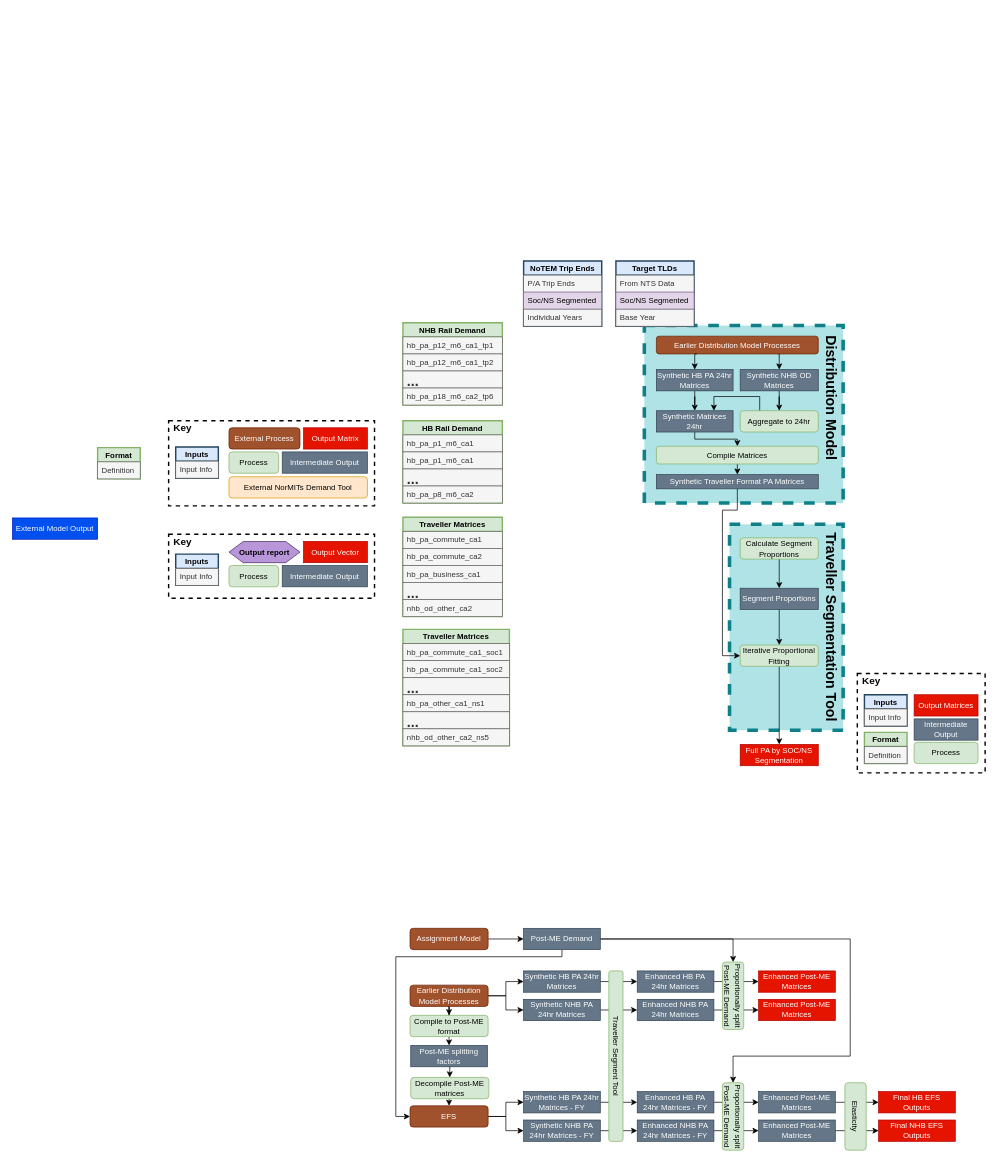
The draw.io diagram page "EFS links" (3 of 6) of docs/op_models/Traveller Segment Tool/Overview.drawio in Transport-for-the-North/NorMITs-Demand, before the edit. Source tidied: cells renumbered, new cells numbered last; positions are measured from the earlier drawing's top-left corner, leaving out a move shared by most shapes. Both pictures are drawn from the tidied source at 71%, with x=0, y=0 at pixel (12, 19).
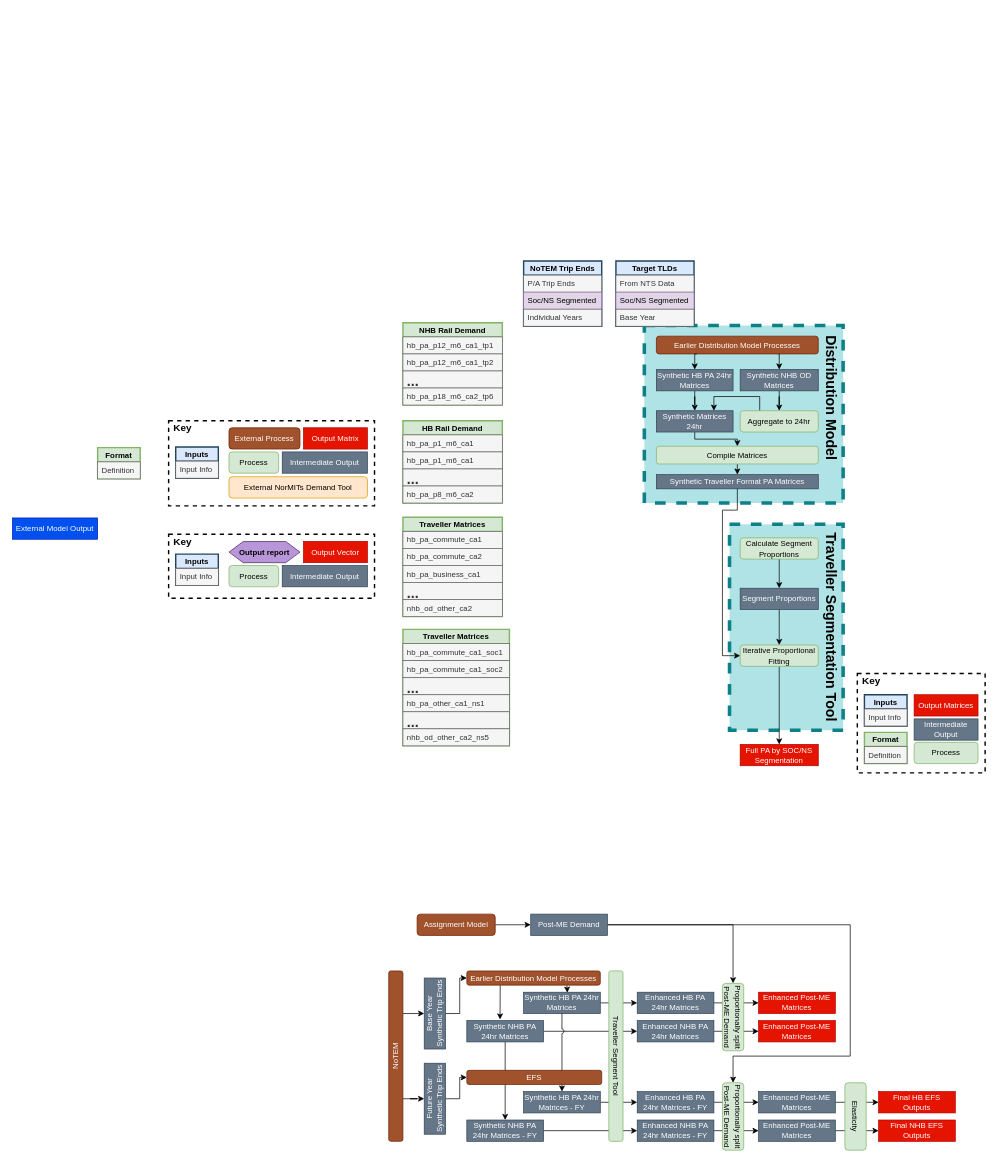
The same diagram, later.

Unchanged cells that the change refers to:
```xml
<mxCell id="121" value="Synthetic HB PA 24hr Matrices - FY" style="rounded=0;whiteSpace=wrap;html=1;strokeWidth=1;fillColor=#647687;strokeColor=#314354;fontSize=11;fontColor=#ffffff;" parent="1" vertex="1">
  <mxGeometry x="720" y="1510" width="108" height="30" as="geometry" />
</mxCell>
<mxCell id="130" value="&lt;span style=&quot;font-size: 11px&quot;&gt;Proportionally split Post-ME Demand&lt;/span&gt;" style="rounded=1;whiteSpace=wrap;html=1;fillColor=#d5e8d4;strokeColor=#82b366;rotation=90;" parent="1" vertex="1">
  <mxGeometry x="967.5" y="1530" width="95" height="30" as="geometry" />
</mxCell>
```

The edit, as a diff of the source:
```diff
@@
+    <mxCell id="93" style="edgeStyle=orthogonalEdgeStyle;rounded=0;jumpStyle=arc;jettySize=auto;html=1;exitX=0.25;exitY=1;exitDx=0;exitDy=0;entryX=0.433;entryY=-0.052;entryDx=0;entryDy=0;entryPerimeter=0;" parent="1" edge="1" source="95" target="99">
+      <mxGeometry relative="1" as="geometry" />
+    </mxCell>
-    <mxCell id="92" style="edgeStyle=orthogonalEdgeStyle;rounded=0;jettySize=auto;html=1;" parent="1" edge="1" source="95" target="97">
+    <mxCell id="92" style="edgeStyle=orthogonalEdgeStyle;rounded=0;jumpStyle=arc;jettySize=auto;html=1;exitX=0.75;exitY=1;exitDx=0;exitDy=0;entryX=0.57;entryY=0.024;entryDx=0;entryDy=0;entryPerimeter=0;" parent="1" edge="1" source="95" target="97">
       <mxGeometry relative="1" as="geometry" />
     </mxCell>
-    <mxCell id="93" style="edgeStyle=orthogonalEdgeStyle;rounded=0;jettySize=auto;html=1;exitX=1;exitY=0.5;exitDx=0;exitDy=0;" parent="1" edge="1" source="95" target="99">
-      <mxGeometry relative="1" as="geometry" />
-    </mxCell>
-    <mxCell id="94" style="edgeStyle=orthogonalEdgeStyle;rounded=0;jettySize=auto;html=1;exitX=0.5;exitY=1;exitDx=0;exitDy=0;" parent="1" edge="1" source="95" target="114">
-      <mxGeometry relative="1" as="geometry" />
-    </mxCell>
     <mxCell id="95" value="&lt;span style=&quot;font-size: 11px&quot;&gt;Earlier Distribution Model Processes&lt;/span&gt;" style="rounded=1;whiteSpace=wrap;html=1;fillColor=#a0522d;strokeColor=#6D1F00;fontColor=#ffffff;rotation=0;" parent="1" vertex="1">
-      <mxGeometry x="560" y="1360" width="110" height="30" as="geometry" />
+      <mxGeometry x="640" y="1340" width="188" height="20" as="geometry" />
     </mxCell>
@@
     <mxCell id="97" value="Synthetic HB PA 24hr Matrices" style="rounded=0;whiteSpace=wrap;html=1;strokeWidth=1;fillColor=#647687;strokeColor=#314354;fontSize=11;fontColor=#ffffff;" parent="1" vertex="1">
-      <mxGeometry x="720" y="1340" width="108" height="30" as="geometry" />
+      <mxGeometry x="720" y="1370" width="108" height="30" as="geometry" />
     </mxCell>
@@
+    <mxCell id="139" style="edgeStyle=orthogonalEdgeStyle;rounded=0;jettySize=auto;html=1;exitX=0.5;exitY=1;exitDx=0;exitDy=0;entryX=0.5;entryY=0;entryDx=0;entryDy=0;" parent="1" edge="1" source="99" target="123">
+      <mxGeometry relative="1" as="geometry" />
+    </mxCell>
     <mxCell id="99" value="Synthetic NHB PA 24hr Matrices" style="rounded=0;whiteSpace=wrap;html=1;strokeWidth=1;fillColor=#647687;strokeColor=#314354;fontSize=11;fontColor=#ffffff;" parent="1" vertex="1">
-      <mxGeometry x="720" y="1380" width="108" height="30" as="geometry" />
+      <mxGeometry x="640" y="1410" width="108" height="30" as="geometry" />
     </mxCell>
@@
     <mxCell id="101" value="Enhanced HB PA 24hr Matrices" style="rounded=0;whiteSpace=wrap;html=1;strokeWidth=1;fillColor=#647687;strokeColor=#314354;fontSize=11;fontColor=#ffffff;" parent="1" vertex="1">
-      <mxGeometry x="880" y="1340" width="108" height="30" as="geometry" />
+      <mxGeometry x="880" y="1370" width="108" height="30" as="geometry" />
     </mxCell>
@@
     <mxCell id="103" value="Enhanced NHB PA 24hr Matrices" style="rounded=0;whiteSpace=wrap;html=1;strokeWidth=1;fillColor=#647687;strokeColor=#314354;fontSize=11;fontColor=#ffffff;" parent="1" vertex="1">
-      <mxGeometry x="880" y="1380" width="108" height="30" as="geometry" />
+      <mxGeometry x="880" y="1410" width="108" height="30" as="geometry" />
     </mxCell>
@@
     <mxCell id="105" value="&lt;span style=&quot;font-size: 11px&quot;&gt;Assignment Model&lt;/span&gt;" style="rounded=1;whiteSpace=wrap;html=1;fillColor=#a0522d;strokeColor=#6D1F00;fontColor=#ffffff;rotation=0;" parent="1" vertex="1">
-      <mxGeometry x="560" y="1280" width="110" height="30" as="geometry" />
+      <mxGeometry x="570" y="1260" width="110" height="30" as="geometry" />
     </mxCell>
@@
-    <mxCell id="107" style="edgeStyle=orthogonalEdgeStyle;rounded=0;jettySize=auto;html=1;exitX=0.5;exitY=1;exitDx=0;exitDy=0;" parent="1" edge="1" source="109" target="119">
-      <mxGeometry relative="1" as="geometry">
-        <Array as="points">
-          <mxPoint x="774" y="1320" />
-          <mxPoint x="540" y="1320" />
-          <mxPoint x="540" y="1545" />
-        </Array>
-      </mxGeometry>
-    </mxCell>
     <mxCell id="108" style="edgeStyle=orthogonalEdgeStyle;rounded=0;jettySize=auto;html=1;exitX=1;exitY=0.5;exitDx=0;exitDy=0;" parent="1" edge="1" source="109" target="130">
       <mxGeometry relative="1" as="geometry">
         <Array as="points">
-          <mxPoint x="1180" y="1295" />
+          <mxPoint x="1180" y="1275" />
           <mxPoint x="1180" y="1460" />
           <mxPoint x="1015" y="1460" />
         </Array>
       </mxGeometry>
     </mxCell>
     <mxCell id="109" value="Post-ME Demand" style="rounded=0;whiteSpace=wrap;html=1;strokeWidth=1;fillColor=#647687;strokeColor=#314354;fontSize=11;fontColor=#ffffff;" parent="1" vertex="1">
-      <mxGeometry x="720" y="1280" width="108" height="30" as="geometry" />
+      <mxGeometry x="730" y="1260" width="108" height="30" as="geometry" />
     </mxCell>
     <mxCell id="110" value="&lt;span style=&quot;font-size: 11px&quot;&gt;Proportionally split Post-ME Demand&lt;/span&gt;" style="rounded=1;whiteSpace=wrap;html=1;fillColor=#d5e8d4;strokeColor=#82b366;rotation=90;" parent="1" vertex="1">
-      <mxGeometry x="967.5" y="1360" width="95" height="30" as="geometry" />
+      <mxGeometry x="967.5" y="1390" width="95" height="30" as="geometry" />
     </mxCell>
     <mxCell id="111" value="Enhanced Post-ME Matrices" style="rounded=0;whiteSpace=wrap;html=1;strokeWidth=1;fillColor=#e51400;strokeColor=#B20000;fontSize=11;fontColor=#ffffff;" parent="1" vertex="1">
-      <mxGeometry x="1051" y="1340" width="108" height="30" as="geometry" />
+      <mxGeometry x="1051" y="1370" width="108" height="30" as="geometry" />
     </mxCell>
     <mxCell id="112" value="Enhanced Post-ME Matrices" style="rounded=0;whiteSpace=wrap;html=1;strokeWidth=1;fillColor=#e51400;strokeColor=#B20000;fontSize=11;fontColor=#ffffff;" parent="1" vertex="1">
-      <mxGeometry x="1051" y="1380" width="108" height="30" as="geometry" />
+      <mxGeometry x="1051" y="1410" width="108" height="30" as="geometry" />
     </mxCell>
-    <mxCell id="113" style="edgeStyle=orthogonalEdgeStyle;rounded=0;jettySize=auto;html=1;exitX=0.5;exitY=1;exitDx=0;exitDy=0;entryX=0.5;entryY=0;entryDx=0;entryDy=0;" parent="1" edge="1" source="114" target="116">
-      <mxGeometry relative="1" as="geometry" />
-    </mxCell>
-    <mxCell id="114" value="&lt;font style=&quot;font-size: 11px&quot;&gt;Compile to Post-ME format&lt;/font&gt;" style="rounded=1;whiteSpace=wrap;html=1;fillColor=#d5e8d4;strokeColor=#82b366;" parent="1" vertex="1">
-      <mxGeometry x="560" y="1402.5" width="110" height="30" as="geometry" />
-    </mxCell>
-    <mxCell id="115" style="edgeStyle=orthogonalEdgeStyle;rounded=0;jettySize=auto;html=1;exitX=0.5;exitY=1;exitDx=0;exitDy=0;entryX=0.5;entryY=0;entryDx=0;entryDy=0;" parent="1" edge="1" source="116" target="125">
-      <mxGeometry relative="1" as="geometry" />
-    </mxCell>
-    <mxCell id="116" value="Post-ME splitting factors" style="rounded=0;whiteSpace=wrap;html=1;strokeWidth=1;fillColor=#647687;strokeColor=#314354;fontSize=11;fontColor=#ffffff;" parent="1" vertex="1">
-      <mxGeometry x="561" y="1445" width="108" height="30" as="geometry" />
-    </mxCell>
-    <mxCell id="117" style="edgeStyle=orthogonalEdgeStyle;rounded=0;jettySize=auto;html=1;exitX=1;exitY=0.5;exitDx=0;exitDy=0;" parent="1" edge="1" source="119" target="121">
-      <mxGeometry relative="1" as="geometry" />
-    </mxCell>
-    <mxCell id="118" style="edgeStyle=orthogonalEdgeStyle;rounded=0;jettySize=auto;html=1;exitX=1;exitY=0.5;exitDx=0;exitDy=0;" parent="1" edge="1" source="119" target="123">
-      <mxGeometry relative="1" as="geometry" />
-    </mxCell>
-    <mxCell id="119" value="&lt;span style=&quot;font-size: 11px&quot;&gt;EFS&lt;/span&gt;" style="rounded=1;whiteSpace=wrap;html=1;fillColor=#a0522d;strokeColor=#6D1F00;fontColor=#ffffff;rotation=0;" parent="1" vertex="1">
-      <mxGeometry x="560" y="1530" width="110" height="30" as="geometry" />
-    </mxCell>
@@
     <mxCell id="123" value="Synthetic NHB PA 24hr Matrices - FY" style="rounded=0;whiteSpace=wrap;html=1;strokeWidth=1;fillColor=#647687;strokeColor=#314354;fontSize=11;fontColor=#ffffff;" parent="1" vertex="1">
-      <mxGeometry x="720" y="1550" width="108" height="30" as="geometry" />
+      <mxGeometry x="640" y="1550" width="108" height="30" as="geometry" />
     </mxCell>
-    <mxCell id="124" style="edgeStyle=orthogonalEdgeStyle;rounded=0;jettySize=auto;html=1;exitX=0.5;exitY=1;exitDx=0;exitDy=0;entryX=0.5;entryY=0;entryDx=0;entryDy=0;" parent="1" edge="1" source="125" target="119">
-      <mxGeometry relative="1" as="geometry" />
-    </mxCell>
-    <mxCell id="125" value="&lt;font style=&quot;font-size: 11px&quot;&gt;Decompile Post-ME matrices&lt;/font&gt;" style="rounded=1;whiteSpace=wrap;html=1;fillColor=#d5e8d4;strokeColor=#82b366;" parent="1" vertex="1">
-      <mxGeometry x="561" y="1490" width="110" height="30" as="geometry" />
-    </mxCell>
@@
+    <mxCell id="140" style="edgeStyle=orthogonalEdgeStyle;rounded=0;jettySize=auto;html=1;exitX=0.5;exitY=1;exitDx=0;exitDy=0;entryX=0.5;entryY=0;entryDx=0;entryDy=0;jumpStyle=arc;" parent="1" edge="1" source="97" target="121">
+      <mxGeometry relative="1" as="geometry" />
+    </mxCell>
+    <mxCell id="119" value="&lt;span style=&quot;font-size: 11px&quot;&gt;EFS&lt;/span&gt;" style="rounded=1;whiteSpace=wrap;html=1;fillColor=#a0522d;strokeColor=#6D1F00;fontColor=#ffffff;rotation=0;" parent="1" vertex="1">
+      <mxGeometry x="640" y="1480" width="190" height="20" as="geometry" />
+    </mxCell>
+    <mxCell id="141" style="edgeStyle=orthogonalEdgeStyle;rounded=0;jumpStyle=arc;jettySize=auto;html=1;exitX=0.75;exitY=1;exitDx=0;exitDy=0;entryX=0.5;entryY=0;entryDx=0;entryDy=0;" parent="1" edge="1" source="143" target="145">
+      <mxGeometry relative="1" as="geometry" />
+    </mxCell>
+    <mxCell id="142" style="edgeStyle=orthogonalEdgeStyle;rounded=0;jumpStyle=arc;jettySize=auto;html=1;exitX=0.25;exitY=1;exitDx=0;exitDy=0;" parent="1" edge="1" source="143" target="147">
+      <mxGeometry relative="1" as="geometry" />
+    </mxCell>
+    <mxCell id="143" value="&lt;span style=&quot;font-size: 11px&quot;&gt;NoTEM&lt;/span&gt;" style="rounded=1;whiteSpace=wrap;html=1;fillColor=#a0522d;strokeColor=#6D1F00;fontColor=#ffffff;rotation=-90;" parent="1" vertex="1">
+      <mxGeometry x="420" y="1450" width="240" height="20" as="geometry" />
+    </mxCell>
+    <mxCell id="144" style="edgeStyle=orthogonalEdgeStyle;rounded=0;jumpStyle=arc;jettySize=auto;html=1;exitX=0.5;exitY=1;exitDx=0;exitDy=0;" parent="1" edge="1" source="145" target="95">
+      <mxGeometry relative="1" as="geometry" />
+    </mxCell>
+    <mxCell id="145" value="Base Year Synthetic Trip Ends" style="rounded=0;whiteSpace=wrap;html=1;strokeWidth=1;fillColor=#647687;strokeColor=#314354;fontSize=11;fontColor=#ffffff;rotation=-90;" parent="1" vertex="1">
+      <mxGeometry x="545" y="1385" width="100" height="30" as="geometry" />
+    </mxCell>
+    <mxCell id="146" style="edgeStyle=orthogonalEdgeStyle;rounded=0;jumpStyle=arc;jettySize=auto;html=1;exitX=0.5;exitY=1;exitDx=0;exitDy=0;" parent="1" edge="1" source="147" target="119">
+      <mxGeometry relative="1" as="geometry" />
+    </mxCell>
+    <mxCell id="147" value="Future Year Synthetic Trip Ends" style="rounded=0;whiteSpace=wrap;html=1;strokeWidth=1;fillColor=#647687;strokeColor=#314354;fontSize=11;fontColor=#ffffff;rotation=-90;" parent="1" vertex="1">
+      <mxGeometry x="545" y="1505" width="100" height="30" as="geometry" />
+    </mxCell>
```
